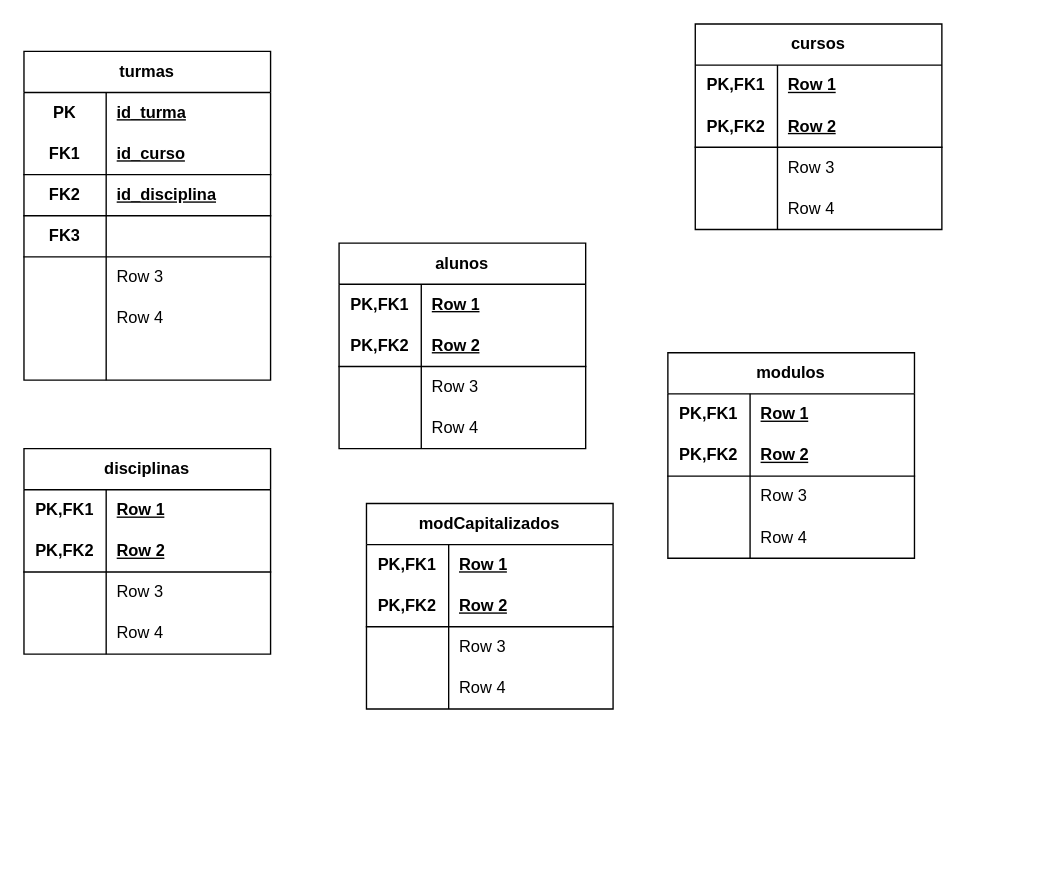
Before: gmr_modER.drawio in DaviClementee/Gest_mod_reali_Davi_Mario_Karamjit_Gerry, a draw.io diagram. Source tidied: cells renumbered, new cells numbered last; positions are measured from the earlier drawing's top-left corner, leaving out a move shared by most shapes. Both pictures are drawn from the tidied source at 137%, with x=0, y=0 at pixel (23, 23).
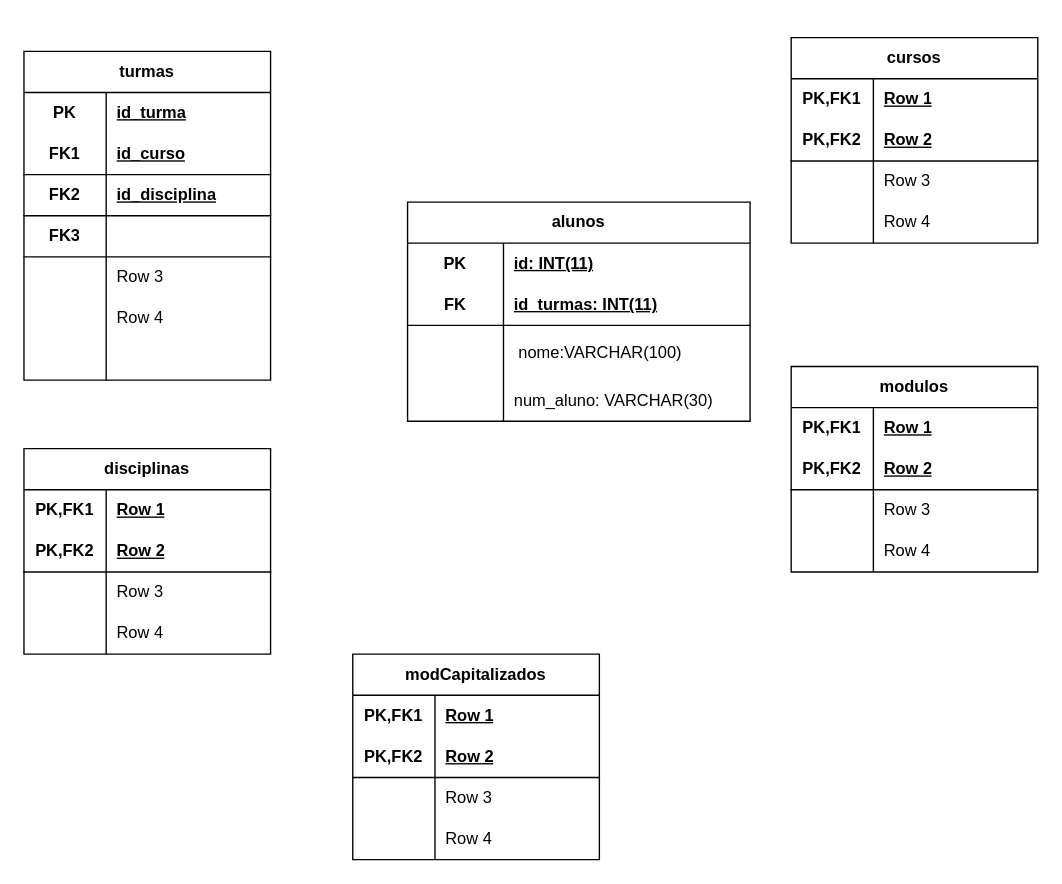
After the change.

Commit message:
Adicionei os dados da tabela aluno

The edit, as a diff of the source:
```diff
@@
     <mxCell id="24" value="cursos" style="shape=table;startSize=30;childLayout=tableLayout;rowLines=0;fontStyle=1;align=center;html=1;whiteSpace=wrap;" parent="1" vertex="1">
-      <mxGeometry x="490" width="180" height="150" as="geometry" />
+      <mxGeometry x="560" y="10" width="180" height="150" as="geometry" />
     </mxCell>
@@
     <mxCell id="37" value="alunos" style="shape=table;startSize=30;childLayout=tableLayout;rowLines=0;fontStyle=1;align=center;html=1;whiteSpace=wrap;" parent="1" vertex="1">
-      <mxGeometry x="230" y="160" width="180" height="150" as="geometry" />
+      <mxGeometry x="280" y="130" width="250" height="160" as="geometry" />
     </mxCell>
     <mxCell id="38" style="shape=tableRow;horizontal=0;startSize=0;swimlaneHead=0;swimlaneBody=0;fillColor=none;top=0;left=0;right=0;bottom=0;html=1;" parent="37" vertex="1">
-      <mxGeometry y="30" width="180" height="30" as="geometry" />
+      <mxGeometry y="30" width="250" height="30" as="geometry" />
     </mxCell>
-    <mxCell id="39" value="PK,FK1" style="shape=partialRectangle;fillColor=none;top=0;left=0;bottom=0;right=0;fontStyle=1;overflow=hidden;html=1;whiteSpace=wrap;" parent="38" vertex="1">
-      <mxGeometry width="60" height="30" as="geometry" />
+    <mxCell id="39" value="PK" style="shape=partialRectangle;fillColor=none;top=0;left=0;bottom=0;right=0;fontStyle=1;overflow=hidden;html=1;whiteSpace=wrap;" parent="38" vertex="1">
+      <mxGeometry width="70" height="30" as="geometry" />
     </mxCell>
-    <mxCell id="40" value="Row 1" style="shape=partialRectangle;fillColor=none;top=0;left=0;bottom=0;right=0;align=left;spacingLeft=6;fontStyle=5;overflow=hidden;html=1;whiteSpace=wrap;" parent="38" vertex="1">
-      <mxGeometry x="60" width="120" height="30" as="geometry" />
+    <mxCell id="40" value="id: INT(11)" style="shape=partialRectangle;fillColor=none;top=0;left=0;bottom=0;right=0;align=left;spacingLeft=6;fontStyle=5;overflow=hidden;html=1;whiteSpace=wrap;" parent="38" vertex="1">
+      <mxGeometry x="70" width="180" height="30" as="geometry" />
     </mxCell>
     <mxCell id="41" style="shape=tableRow;horizontal=0;startSize=0;swimlaneHead=0;swimlaneBody=0;fillColor=none;top=0;left=0;right=0;bottom=1;html=1;" parent="37" vertex="1">
-      <mxGeometry y="60" width="180" height="30" as="geometry" />
+      <mxGeometry y="60" width="250" height="30" as="geometry" />
     </mxCell>
-    <mxCell id="42" value="PK,FK2" style="shape=partialRectangle;fillColor=none;top=0;left=0;bottom=0;right=0;fontStyle=1;overflow=hidden;html=1;whiteSpace=wrap;" parent="41" vertex="1">
-      <mxGeometry width="60" height="30" as="geometry" />
+    <mxCell id="42" value="FK" style="shape=partialRectangle;fillColor=none;top=0;left=0;bottom=0;right=0;fontStyle=1;overflow=hidden;html=1;whiteSpace=wrap;" parent="41" vertex="1">
+      <mxGeometry width="70" height="30" as="geometry" />
     </mxCell>
-    <mxCell id="43" value="Row 2" style="shape=partialRectangle;fillColor=none;top=0;left=0;bottom=0;right=0;align=left;spacingLeft=6;fontStyle=5;overflow=hidden;html=1;whiteSpace=wrap;" parent="41" vertex="1">
-      <mxGeometry x="60" width="120" height="30" as="geometry" />
+    <mxCell id="43" value="id_turmas: INT(11)" style="shape=partialRectangle;fillColor=none;top=0;left=0;bottom=0;right=0;align=left;spacingLeft=6;fontStyle=5;overflow=hidden;html=1;whiteSpace=wrap;" parent="41" vertex="1">
+      <mxGeometry x="70" width="180" height="30" as="geometry" />
     </mxCell>
     <mxCell id="44" style="shape=tableRow;horizontal=0;startSize=0;swimlaneHead=0;swimlaneBody=0;fillColor=none;top=0;left=0;right=0;bottom=0;html=1;" parent="37" vertex="1">
-      <mxGeometry y="90" width="180" height="30" as="geometry" />
+      <mxGeometry y="90" width="250" height="40" as="geometry" />
     </mxCell>
     <mxCell id="45" style="shape=partialRectangle;fillColor=none;top=0;left=0;bottom=0;right=0;overflow=hidden;html=1;whiteSpace=wrap;" parent="44" vertex="1">
-      <mxGeometry width="60" height="30" as="geometry" />
+      <mxGeometry width="70" height="40" as="geometry" />
     </mxCell>
-    <mxCell id="46" value="Row 3" style="shape=partialRectangle;fillColor=none;top=0;left=0;bottom=0;right=0;align=left;spacingLeft=6;overflow=hidden;html=1;whiteSpace=wrap;" parent="44" vertex="1">
-      <mxGeometry x="60" width="120" height="30" as="geometry" />
+    <mxCell id="46" value="&amp;nbsp;&lt;span style=&quot;color: rgb(0, 0, 0);&quot;&gt;nome:&lt;/span&gt;VARCHAR(100)" style="shape=partialRectangle;fillColor=none;top=0;left=0;bottom=0;right=0;align=left;spacingLeft=6;overflow=hidden;html=1;whiteSpace=wrap;" parent="44" vertex="1">
+      <mxGeometry x="70" width="180" height="40" as="geometry" />
     </mxCell>
     <mxCell id="47" style="shape=tableRow;horizontal=0;startSize=0;swimlaneHead=0;swimlaneBody=0;fillColor=none;top=0;left=0;right=0;bottom=0;html=1;" parent="37" vertex="1">
-      <mxGeometry y="120" width="180" height="30" as="geometry" />
+      <mxGeometry y="130" width="250" height="30" as="geometry" />
     </mxCell>
     <mxCell id="48" style="shape=partialRectangle;fillColor=none;top=0;left=0;bottom=0;right=0;overflow=hidden;html=1;whiteSpace=wrap;" parent="47" vertex="1">
-      <mxGeometry width="60" height="30" as="geometry" />
+      <mxGeometry width="70" height="30" as="geometry" />
     </mxCell>
-    <mxCell id="49" value="Row 4" style="shape=partialRectangle;fillColor=none;top=0;left=0;bottom=0;right=0;align=left;spacingLeft=6;overflow=hidden;html=1;whiteSpace=wrap;" parent="47" vertex="1">
-      <mxGeometry x="60" width="120" height="30" as="geometry" />
+    <mxCell id="49" value="&lt;span style=&quot;color: rgb(0, 0, 0);&quot;&gt;num_aluno: VARCHAR(30)&lt;/span&gt;" style="shape=partialRectangle;fillColor=none;top=0;left=0;bottom=0;right=0;align=left;spacingLeft=6;overflow=hidden;html=1;whiteSpace=wrap;" parent="47" vertex="1">
+      <mxGeometry x="70" width="180" height="30" as="geometry" />
     </mxCell>
@@
     <mxCell id="63" value="modulos" style="shape=table;startSize=30;childLayout=tableLayout;rowLines=0;fontStyle=1;align=center;html=1;whiteSpace=wrap;" parent="1" vertex="1">
-      <mxGeometry x="470" y="240" width="180" height="150" as="geometry" />
+      <mxGeometry x="560" y="250" width="180" height="150" as="geometry" />
     </mxCell>
@@
     <mxCell id="76" value="modCapitalizados" style="shape=table;startSize=30;childLayout=tableLayout;rowLines=0;fontStyle=1;align=center;html=1;whiteSpace=wrap;" parent="1" vertex="1">
-      <mxGeometry x="250" y="350" width="180" height="150" as="geometry" />
+      <mxGeometry x="240" y="460" width="180" height="150" as="geometry" />
     </mxCell>
```
